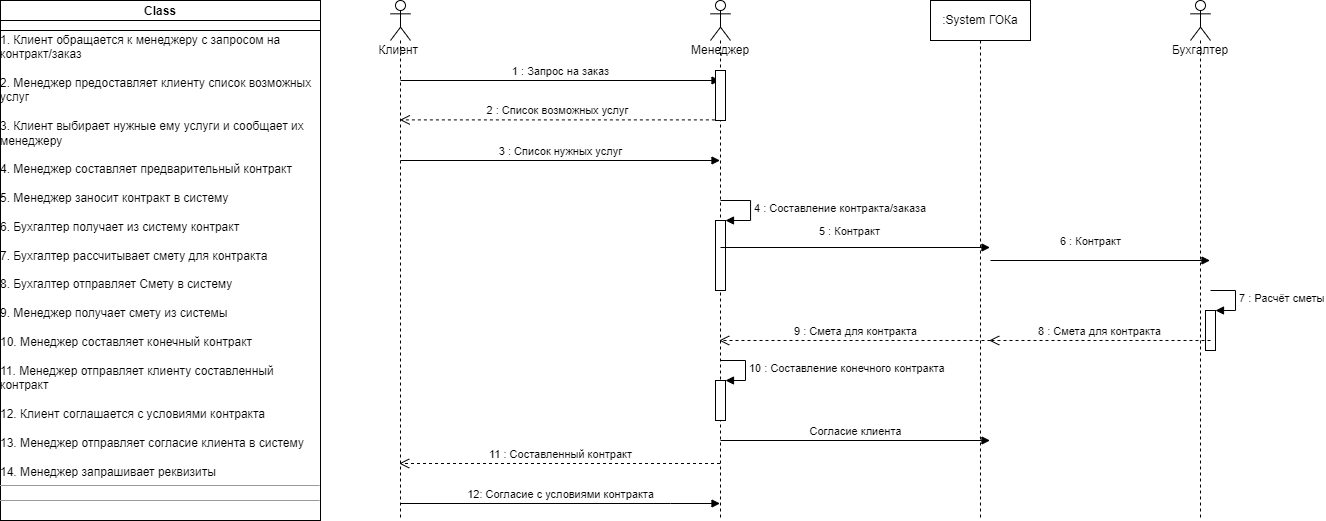
Before: InteractionDiagram.drawio.png, a diagram exported from draw.io (Awftf/UML). Source tidied: cells renumbered, new cells last; positions are measured from the earlier drawing's top-left corner, leaving out a move shared by most shapes.
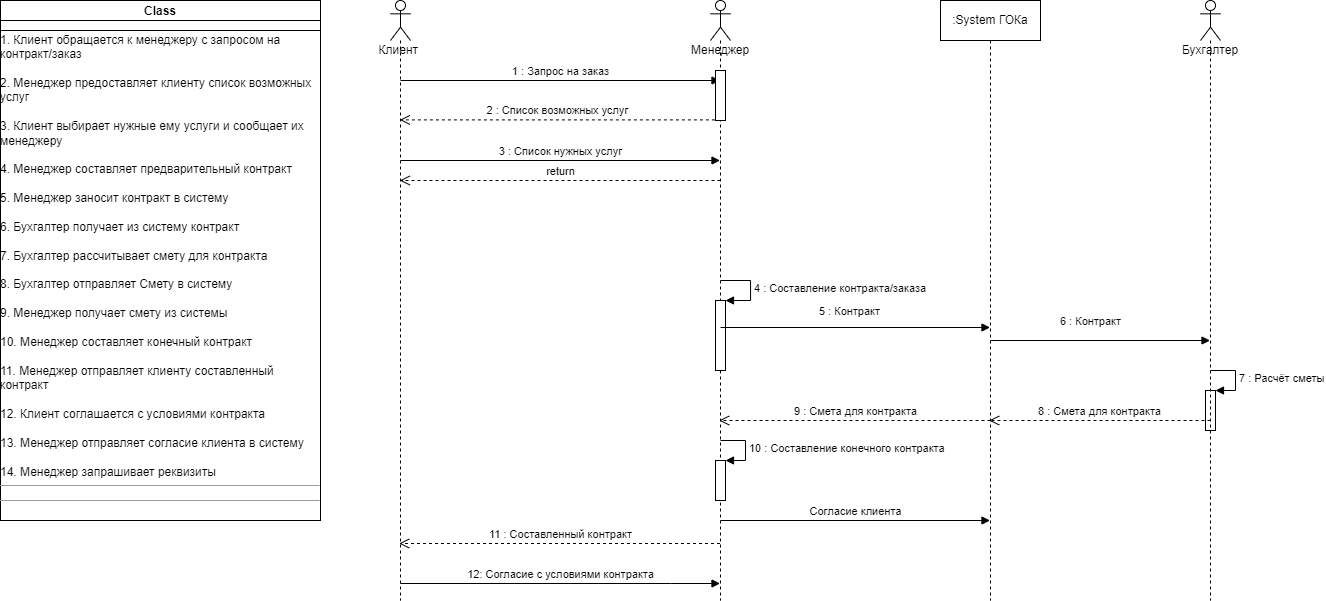
Later version of the same file.

Diff of the diagram source:
```diff
@@ -3,7 +3,7 @@
     <mxCell id="0" />
     <mxCell id="1" parent="0" />
     <mxCell id="2" value="Клиент&amp;nbsp;" style="shape=umlLifeline;participant=umlActor;perimeter=lifelinePerimeter;whiteSpace=wrap;html=1;verticalAlign=top;spacingTop=36;outlineConnect=0;" parent="1" vertex="1">
-      <mxGeometry x="390" width="20" height="520" as="geometry" />
+      <mxGeometry x="390" width="20" height="600" as="geometry" />
     </mxCell>
     <mxCell id="3" value="3 : Список нужных услуг" style="html=1;verticalAlign=bottom;endArrow=block;rounded=0;" parent="2" edge="1" target="6">
       <mxGeometry relative="1" as="geometry">
@@ -15,81 +15,82 @@
         <mxPoint x="10" y="80" as="sourcePoint" />
       </mxGeometry>
     </mxCell>
-    <mxCell id="5" value="12: Согласие с условиями контракта" style="html=1;verticalAlign=bottom;endArrow=block;rounded=0;" parent="2" edge="1" target="6">
+    <mxCell id="5" value="12: Согласие с условиями контракта" style="html=1;verticalAlign=bottom;endArrow=block;rounded=0;" parent="2" edge="1">
       <mxGeometry relative="1" as="geometry">
-        <mxPoint x="10" y="503" as="sourcePoint" />
+        <mxPoint x="10" y="583" as="sourcePoint" />
+        <mxPoint x="329.5" y="583" as="targetPoint" />
         <Array as="points">
-          <mxPoint x="280" y="503" />
+          <mxPoint x="280" y="583" />
         </Array>
       </mxGeometry>
     </mxCell>
     <mxCell id="6" value="Менеджер&lt;br&gt;" style="shape=umlLifeline;participant=umlActor;perimeter=lifelinePerimeter;whiteSpace=wrap;html=1;verticalAlign=top;spacingTop=36;outlineConnect=0;" parent="1" vertex="1">
-      <mxGeometry x="710" width="20" height="520" as="geometry" />
+      <mxGeometry x="710" width="20" height="600" as="geometry" />
     </mxCell>
     <mxCell id="7" style="html=1;points=[];perimeter=orthogonalPerimeter;" parent="6" vertex="1">
       <mxGeometry x="5" y="70" width="10" height="50" as="geometry" />
     </mxCell>
     <mxCell id="8" style="html=1;points=[];perimeter=orthogonalPerimeter;" parent="6" vertex="1">
-      <mxGeometry x="5" y="220" width="10" height="70" as="geometry" />
+      <mxGeometry x="5" y="300" width="10" height="70" as="geometry" />
     </mxCell>
     <mxCell id="9" value="4 : Составление контракта/заказа" style="edgeStyle=orthogonalEdgeStyle;html=1;align=left;spacingLeft=2;endArrow=block;rounded=0;entryX=1;entryY=0;" parent="6" edge="1" target="8">
       <mxGeometry relative="1" as="geometry">
-        <mxPoint x="10" y="200" as="sourcePoint" />
+        <mxPoint x="10" y="280" as="sourcePoint" />
         <Array as="points">
-          <mxPoint x="40" y="200" />
+          <mxPoint x="40" y="280" />
         </Array>
       </mxGeometry>
     </mxCell>
     <mxCell id="10" value="5 : Контракт" style="html=1;verticalAlign=bottom;endArrow=block;rounded=0;" parent="6" edge="1">
       <mxGeometry x="-0.04" y="7" relative="1" as="geometry">
-        <mxPoint x="10" y="247" as="sourcePoint" />
-        <mxPoint x="279.5" y="247" as="targetPoint" />
+        <mxPoint x="10" y="327" as="sourcePoint" />
+        <mxPoint x="279.5" y="327" as="targetPoint" />
       </mxGeometry>
     </mxCell>
     <mxCell id="11" style="html=1;points=[];perimeter=orthogonalPerimeter;" parent="6" vertex="1">
-      <mxGeometry x="5" y="380" width="10" height="40" as="geometry" />
+      <mxGeometry x="5" y="460" width="10" height="40" as="geometry" />
     </mxCell>
     <mxCell id="12" value="10 : Составление конечного контракта&amp;nbsp;" style="edgeStyle=orthogonalEdgeStyle;html=1;align=left;spacingLeft=2;endArrow=block;rounded=0;entryX=1;entryY=0;" parent="6" edge="1" target="11">
       <mxGeometry relative="1" as="geometry">
-        <mxPoint x="10" y="360" as="sourcePoint" />
+        <mxPoint x="10" y="440" as="sourcePoint" />
         <Array as="points">
-          <mxPoint x="35" y="360" />
+          <mxPoint x="35" y="440" />
         </Array>
       </mxGeometry>
     </mxCell>
     <mxCell id="13" value="6 : Контракт" style="html=1;verticalAlign=bottom;endArrow=block;rounded=0;" parent="6" edge="1">
       <mxGeometry x="-0.09" y="10" relative="1" as="geometry">
-        <mxPoint x="280" y="260" as="sourcePoint" />
-        <mxPoint x="499.5" y="260" as="targetPoint" />
+        <mxPoint x="280" y="340" as="sourcePoint" />
+        <mxPoint x="499.5" y="340" as="targetPoint" />
       </mxGeometry>
     </mxCell>
     <mxCell id="14" style="html=1;points=[];perimeter=orthogonalPerimeter;" parent="6" vertex="1">
-      <mxGeometry x="495" y="310" width="10" height="40" as="geometry" />
+      <mxGeometry x="495" y="390" width="10" height="40" as="geometry" />
     </mxCell>
     <mxCell id="15" value="7 : Расчёт сметы" style="edgeStyle=orthogonalEdgeStyle;html=1;align=left;spacingLeft=2;endArrow=block;rounded=0;entryX=1;entryY=0;" parent="6" edge="1" target="14">
       <mxGeometry relative="1" as="geometry">
-        <mxPoint x="500" y="290" as="sourcePoint" />
+        <mxPoint x="500" y="370" as="sourcePoint" />
         <Array as="points">
-          <mxPoint x="525" y="290" />
+          <mxPoint x="525" y="370" />
         </Array>
       </mxGeometry>
     </mxCell>
     <mxCell id="16" value="8 : Смета для контракта" style="html=1;verticalAlign=bottom;endArrow=open;dashed=1;endSize=8;rounded=0;" parent="6" edge="1">
       <mxGeometry relative="1" as="geometry">
-        <mxPoint x="500" y="340" as="sourcePoint" />
-        <mxPoint x="278.7" y="340" as="targetPoint" />
+        <mxPoint x="500" y="420" as="sourcePoint" />
+        <mxPoint x="278.7" y="420" as="targetPoint" />
       </mxGeometry>
     </mxCell>
     <mxCell id="17" value="9 : Смета для контракта" style="html=1;verticalAlign=bottom;endArrow=open;dashed=1;endSize=8;rounded=0;" parent="6" edge="1">
       <mxGeometry relative="1" as="geometry">
-        <mxPoint x="280" y="340" as="sourcePoint" />
-        <mxPoint x="8.7" y="340" as="targetPoint" />
+        <mxPoint x="280" y="420" as="sourcePoint" />
+        <mxPoint x="8.7" y="420" as="targetPoint" />
       </mxGeometry>
     </mxCell>
     <mxCell id="18" value="Согласие клиента" style="html=1;verticalAlign=bottom;endArrow=block;rounded=0;" parent="6" edge="1">
       <mxGeometry relative="1" as="geometry">
-        <mxPoint x="10" y="440" as="sourcePoint" />
-        <mxPoint x="279.5" y="440" as="targetPoint" />
+        <mxPoint x="10" y="520" as="sourcePoint" />
+        <mxPoint x="279.5" y="520" as="targetPoint" />
       </mxGeometry>
     </mxCell>
     <mxCell id="19" value="&lt;p style=&quot;margin: 0px ; margin-top: 4px ; text-align: center&quot;&gt;&lt;b&gt;Class&lt;/b&gt;&lt;/p&gt;&lt;br&gt;1. Клиент обращается к менеджеру с запросом на &lt;br&gt;контракт/заказ&lt;br&gt;&lt;br&gt;2. Менеджер предоставляет клиенту список возможных&lt;br&gt;услуг&lt;br&gt;&lt;br&gt;3. Клиент выбирает нужные ему услуги и сообщает их&lt;br&gt;менеджеру&lt;br&gt;&lt;br&gt;4. Менеджер составляет предварительный контракт&lt;br&gt;&lt;br&gt;5. Менеджер заносит контракт в систему&lt;br&gt;&lt;br&gt;6. Бухгалтер получает из систему контракт&lt;br&gt;&lt;br&gt;7. Бухгалтер рассчитывает смету для контракта&amp;nbsp;&lt;br&gt;&lt;br&gt;8. Бухгалтер отправляет Смету в систему&lt;br&gt;&lt;br&gt;9. Менеджер получает смету из системы&amp;nbsp;&lt;br&gt;&lt;br&gt;10. Менеджер составляет конечный контракт&amp;nbsp;&lt;br&gt;&lt;br&gt;11. Менеджер отправляет клиенту составленный &lt;br&gt;контракт&lt;br&gt;&lt;br&gt;12. Клиент соглашается с условиями контракта&amp;nbsp;&lt;br&gt;&lt;br&gt;13. Менеджер отправляет согласие клиента в систему&lt;br&gt;&lt;br&gt;14. Менеджер запрашивает реквизиты&amp;nbsp;&lt;br&gt;&lt;hr size=&quot;1&quot;&gt;&lt;div style=&quot;height: 2px&quot;&gt;&lt;br&gt;&lt;/div&gt;&lt;hr size=&quot;1&quot;&gt;&lt;div style=&quot;height: 2px&quot;&gt;&lt;/div&gt;" style="verticalAlign=top;align=left;overflow=fill;fontSize=12;fontFamily=Helvetica;html=1;" parent="1" vertex="1">
@@ -102,18 +103,24 @@
       <mxGeometry relative="1" as="geometry" />
     </mxCell>
     <mxCell id="22" value=":System ГОКа" style="shape=umlLifeline;perimeter=lifelinePerimeter;whiteSpace=wrap;html=1;" parent="1" vertex="1">
-      <mxGeometry x="930" width="100" height="520" as="geometry" />
+      <mxGeometry x="940" width="100" height="600" as="geometry" />
     </mxCell>
     <mxCell id="23" value="Бухгалтер&lt;br&gt;" style="shape=umlLifeline;participant=umlActor;perimeter=lifelinePerimeter;whiteSpace=wrap;html=1;verticalAlign=top;spacingTop=36;" parent="1" vertex="1">
-      <mxGeometry x="1190" width="20" height="520" as="geometry" />
+      <mxGeometry x="1200" width="20" height="600" as="geometry" />
     </mxCell>
-    <mxCell id="24" value="11 : Составленный контракт" style="html=1;verticalAlign=bottom;endArrow=open;dashed=1;endSize=8;rounded=0;" parent="1" edge="1" source="6">
+    <mxCell id="24" value="11 : Составленный контракт" style="html=1;verticalAlign=bottom;endArrow=open;dashed=1;endSize=8;rounded=0;" parent="1" edge="1">
       <mxGeometry relative="1" as="geometry">
-        <mxPoint x="398.7" y="463" as="targetPoint" />
+        <mxPoint x="719.5" y="543" as="sourcePoint" />
+        <mxPoint x="398.7" y="543" as="targetPoint" />
         <Array as="points">
-          <mxPoint x="690" y="463" />
+          <mxPoint x="690" y="543" />
         </Array>
       </mxGeometry>
     </mxCell>
+    <mxCell id="25" value="return" style="html=1;verticalAlign=bottom;endArrow=open;dashed=1;endSize=8;rounded=0;" parent="1" edge="1" target="2">
+      <mxGeometry relative="1" as="geometry">
+        <mxPoint x="720" y="180" as="sourcePoint" />
+      </mxGeometry>
+    </mxCell>
   </root>
 </mxGraphModel>
```
